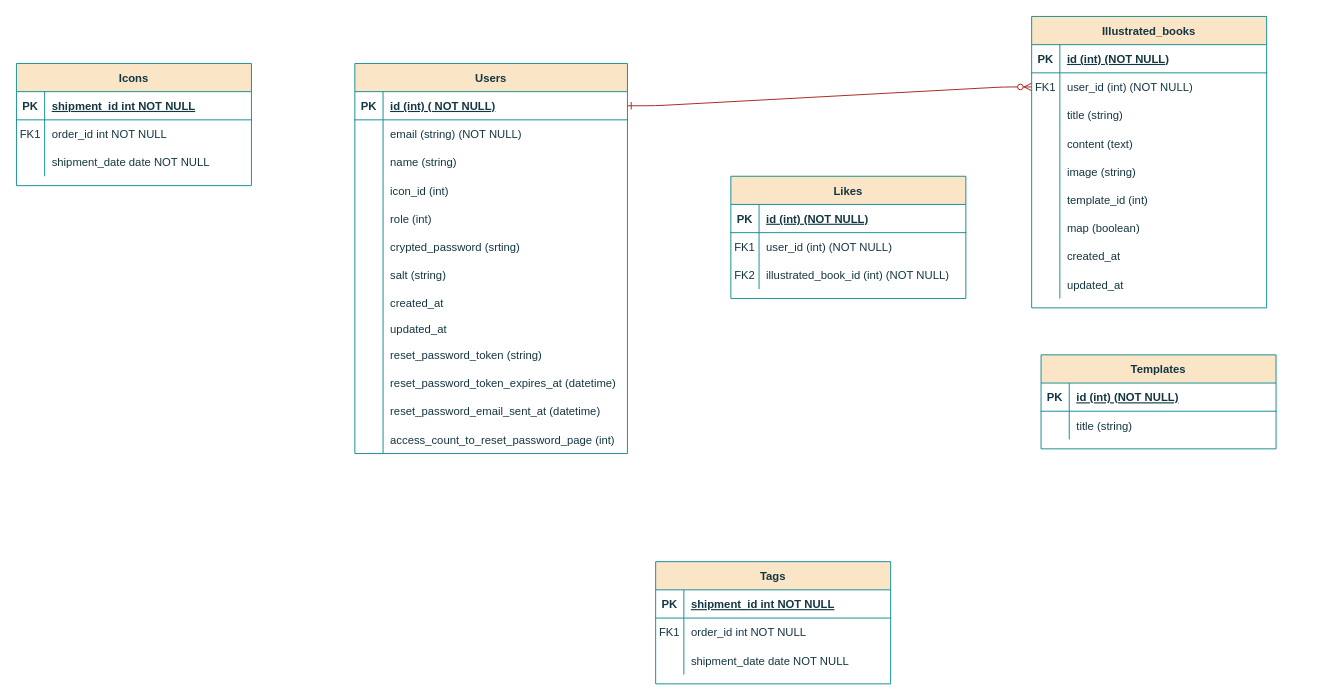
This is 名称未設定ファイル.drawio from furukoshi12/zukan-create, a draw.io file, before an edit. Source tidied: cells renumbered, new cells numbered last; positions are measured from the earlier drawing's top-left corner, leaving out a move shared by most shapes. Both pictures are drawn from the tidied source at 94%, with x=0, y=0 at pixel (16, 16).
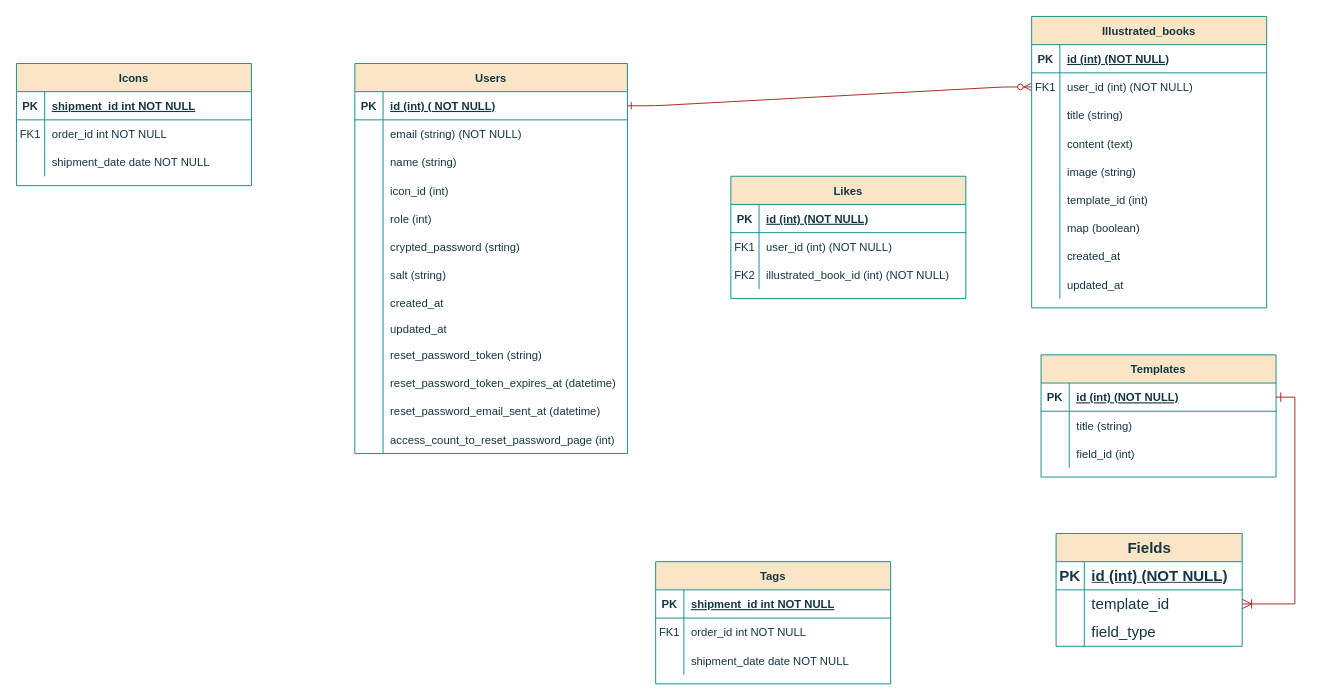
After the change.

Commit message (it also covers changes not shown here):
名称未設定ファイル.drawio を更新します

Unchanged cells that the change refers to:
```xml
<mxCell id="32" style="shape=partialRectangle;fillColor=none;points=[[0,0.5],[1,0.5]];portConstraint=eastwest;top=0;left=0;right=0;bottom=1;labelBackgroundColor=none;strokeColor=#0F8B8D;fontColor=#143642;" parent="31" vertex="1">
  <mxGeometry y="30" width="250" height="30" as="geometry" />
</mxCell>
```

What changed in the source:
```diff
@@
     <mxCell id="31" value="Templates" style="shape=table;startSize=30;childLayout=tableLayout;rowLines=0;fontStyle=1;align=center;labelBackgroundColor=none;fillColor=#FAE5C7;strokeColor=#0F8B8D;fontColor=#143642;" parent="1" vertex="1">
-      <mxGeometry x="1090" y="360" width="250" height="100" as="geometry" />
+      <mxGeometry x="1090" y="360" width="250" height="130" as="geometry" />
     </mxCell>
@@
+    <mxCell id="108" style="shape=partialRectangle;fillColor=none;top=0;left=0;right=0;bottom=0;labelBackgroundColor=none;strokeColor=#0F8B8D;fontColor=#143642;" parent="31" vertex="1">
+      <mxGeometry y="90" width="250" height="30" as="geometry" />
+    </mxCell>
+    <mxCell id="109" style="shape=partialRectangle;overflow=hidden;fillColor=none;top=0;left=0;bottom=0;right=0;labelBackgroundColor=none;strokeColor=#0F8B8D;fontColor=#143642;" parent="108" vertex="1">
+      <mxGeometry width="30" height="30" as="geometry" />
+    </mxCell>
+    <mxCell id="110" value="field_id (int)" style="shape=partialRectangle;overflow=hidden;fillColor=none;top=0;left=0;bottom=0;right=0;align=left;spacingLeft=6;labelBackgroundColor=none;strokeColor=#0F8B8D;fontColor=#143642;" parent="108" vertex="1">
+      <mxGeometry x="30" width="220" height="30" as="geometry" />
+    </mxCell>
@@
+    <mxCell id="111" value="Fields" style="shape=table;startSize=30;childLayout=tableLayout;rowLines=0;fontStyle=1;align=center;html=1;strokeColor=#0F8B8D;fontSize=16;fontColor=#143642;fillColor=#FAE5C7;" parent="1" vertex="1">
+      <mxGeometry x="1106" y="550" width="198" height="120" as="geometry" />
+    </mxCell>
+    <mxCell id="112" style="shape=tableRow;horizontal=0;startSize=0;swimlaneHead=0;swimlaneBody=0;fillColor=none;top=0;left=0;right=0;bottom=1;strokeColor=#0F8B8D;fontSize=16;fontColor=#143642;" parent="111" vertex="1">
+      <mxGeometry y="30" width="198" height="30" as="geometry" />
+    </mxCell>
+    <mxCell id="113" value="PK" style="shape=partialRectangle;fillColor=none;top=0;left=0;bottom=0;right=0;fontStyle=1;overflow=hidden;whiteSpace=wrap;html=1;strokeColor=#0F8B8D;fontSize=16;fontColor=#143642;" parent="112" vertex="1">
+      <mxGeometry width="30" height="30" as="geometry" />
+    </mxCell>
+    <mxCell id="114" value="id (int) (NOT NULL)" style="shape=partialRectangle;fillColor=none;top=0;left=0;bottom=0;right=0;align=left;spacingLeft=6;fontStyle=5;overflow=hidden;whiteSpace=wrap;html=1;strokeColor=#0F8B8D;fontSize=16;fontColor=#143642;" parent="112" vertex="1">
+      <mxGeometry x="30" width="168" height="30" as="geometry" />
+    </mxCell>
+    <mxCell id="115" style="shape=tableRow;horizontal=0;startSize=0;swimlaneHead=0;swimlaneBody=0;fillColor=none;points=[[0,0.5],[1,0.5]];portConstraint=eastwest;top=0;left=0;right=0;bottom=0;strokeColor=#0F8B8D;fontSize=16;fontColor=#143642;" parent="111" vertex="1">
+      <mxGeometry y="60" width="198" height="30" as="geometry" />
+    </mxCell>
+    <mxCell id="116" style="shape=partialRectangle;fillColor=none;top=0;left=0;bottom=0;right=0;overflow=hidden;whiteSpace=wrap;html=1;strokeColor=#0F8B8D;fontSize=16;fontColor=#143642;" parent="115" vertex="1">
+      <mxGeometry width="30" height="30" as="geometry" />
+    </mxCell>
+    <mxCell id="117" value="template_id" style="shape=partialRectangle;fillColor=none;top=0;left=0;bottom=0;right=0;align=left;spacingLeft=6;overflow=hidden;whiteSpace=wrap;html=1;strokeColor=#0F8B8D;fontSize=16;fontColor=#143642;" parent="115" vertex="1">
+      <mxGeometry x="30" width="168" height="30" as="geometry" />
+    </mxCell>
+    <mxCell id="118" style="shape=tableRow;horizontal=0;startSize=0;swimlaneHead=0;swimlaneBody=0;fillColor=none;top=0;left=0;right=0;bottom=0;strokeColor=#0F8B8D;fontSize=16;fontColor=#143642;" parent="111" vertex="1">
+      <mxGeometry y="90" width="198" height="30" as="geometry" />
+    </mxCell>
+    <mxCell id="119" style="shape=partialRectangle;fillColor=none;top=0;left=0;bottom=0;right=0;overflow=hidden;whiteSpace=wrap;html=1;strokeColor=#0F8B8D;fontSize=16;fontColor=#143642;" parent="118" vertex="1">
+      <mxGeometry width="30" height="30" as="geometry" />
+    </mxCell>
+    <mxCell id="120" value="field_type" style="shape=partialRectangle;fillColor=none;top=0;left=0;bottom=0;right=0;align=left;spacingLeft=6;overflow=hidden;whiteSpace=wrap;html=1;strokeColor=#0F8B8D;fontSize=16;fontColor=#143642;" parent="118" vertex="1">
+      <mxGeometry x="30" width="168" height="30" as="geometry" />
+    </mxCell>
+    <mxCell id="121" style="edgeStyle=orthogonalEdgeStyle;rounded=0;jettySize=auto;html=1;exitX=1;exitY=0.5;exitDx=0;exitDy=0;entryX=1;entryY=0.5;entryDx=0;entryDy=0;strokeColor=#A8201A;fontSize=12;fontColor=#143642;startSize=8;endSize=8;fillColor=#FAE5C7;endArrow=ERoneToMany;endFill=0;startArrow=ERone;startFill=0;" parent="1" edge="1" source="32" target="115">
+      <mxGeometry relative="1" as="geometry" />
+    </mxCell>
```
